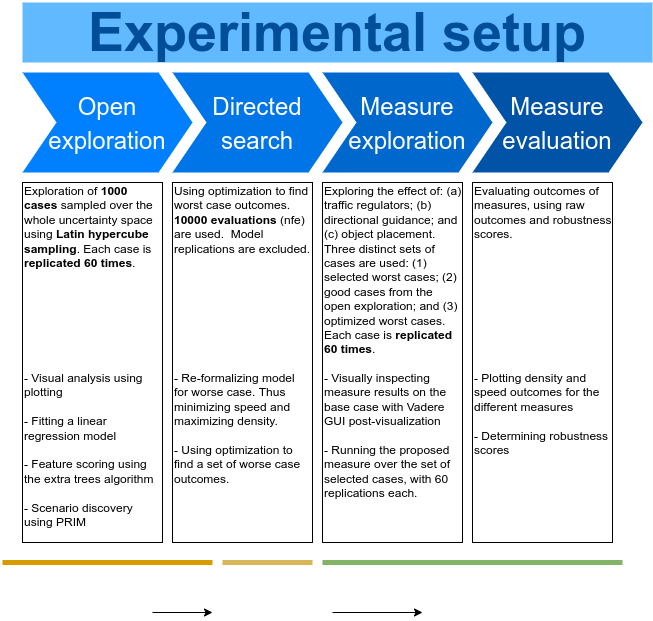
floristevito/CrowdSim keeps this draw.io diagram as figures/Experimental_Design.png. Above is the earlier version. Source tidied: cells renumbered, new cells last; positions are measured from the earlier drawing's top-left corner, leaving out a move shared by most shapes.
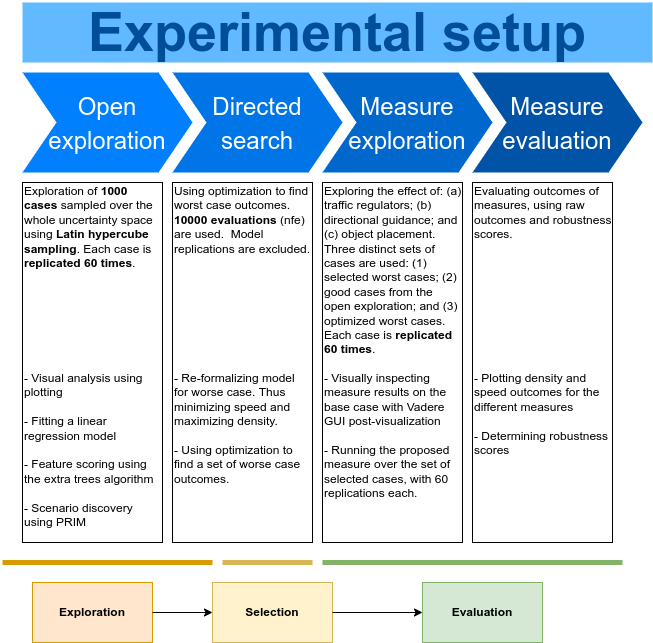
The same diagram one commit later.

Diff of the diagram source:
```diff
@@ -29,35 +29,38 @@
     <mxCell id="10" value="Evaluating outcomes of measures, using raw outcomes and robustness scores.&lt;br&gt;&lt;br&gt;&lt;br&gt;&lt;br&gt;&lt;br&gt;&lt;br&gt;&lt;br&gt;&lt;br&gt;&lt;br&gt;&lt;br&gt;&lt;span&gt;- Plotting density and speed outcomes for the different measures&lt;br&gt;&lt;/span&gt;&lt;span&gt;&lt;br&gt;- Determining robustness scores&lt;/span&gt;&lt;span&gt;&lt;br&gt;&lt;/span&gt;" style="text;spacingTop=-5;fillColor=#ffffff;whiteSpace=wrap;html=1;align=left;fontSize=12;fontFamily=Helvetica;fillColor=none;strokeColor=default;" parent="1" vertex="1">
       <mxGeometry x="470" y="180" width="140" height="360" as="geometry" />
     </mxCell>
-    <mxCell id="11" style="endArrow=none;html=1;rounded=0;fillColor=#ffe6cc;strokeColor=#d79b00;strokeWidth=5;" parent="1" edge="1">
-      <mxGeometry relative="1" as="geometry">
-        <mxPoint y="560" as="sourcePoint" />
-        <mxPoint x="210" y="560" as="targetPoint" />
-      </mxGeometry>
+    <mxCell id="11" value="&lt;b&gt;Exploration&lt;/b&gt;" style="rounded=0;whiteSpace=wrap;html=1;fillColor=#ffe6cc;strokeColor=#d79b00;" parent="1" vertex="1">
+      <mxGeometry x="30" y="580" width="120" height="60" as="geometry" />
     </mxCell>
-    <mxCell id="12" style="endArrow=none;html=1;rounded=0;fillColor=#fff2cc;strokeColor=#d6b656;strokeWidth=5;" parent="1" edge="1">
-      <mxGeometry relative="1" as="geometry">
-        <mxPoint x="220" y="560" as="sourcePoint" />
-        <mxPoint x="310" y="560" as="targetPoint" />
-      </mxGeometry>
+    <mxCell id="12" value="&lt;b&gt;Selection&lt;/b&gt;" style="rounded=0;whiteSpace=wrap;html=1;fillColor=#fff2cc;strokeColor=#d6b656;" parent="1" vertex="1">
+      <mxGeometry x="210" y="580" width="120" height="60" as="geometry" />
     </mxCell>
-    <mxCell id="13" style="endArrow=none;html=1;rounded=0;fillColor=#d5e8d4;strokeColor=#82b366;strokeWidth=5;" parent="1" edge="1">
-      <mxGeometry relative="1" as="geometry">
-        <mxPoint x="320" y="560" as="sourcePoint" />
-        <mxPoint x="620" y="560" as="targetPoint" />
-      </mxGeometry>
+    <mxCell id="13" value="&lt;b&gt;Evaluation&lt;/b&gt;" style="rounded=0;whiteSpace=wrap;html=1;fillColor=#d5e8d4;strokeColor=#82b366;" parent="1" vertex="1">
+      <mxGeometry x="420" y="580" width="120" height="60" as="geometry" />
     </mxCell>
-    <mxCell id="14" style="edgeStyle=orthogonalEdgeStyle;rounded=0;orthogonalLoop=1;jettySize=auto;html=1;exitX=1;exitY=0.5;exitDx=0;exitDy=0;entryX=0;entryY=0.5;entryDx=0;entryDy=0;" parent="1" edge="1">
+    <mxCell id="14" style="endArrow=none;html=1;rounded=0;fillColor=#ffe6cc;strokeColor=#d79b00;strokeWidth=5;" parent="1" edge="1">
       <mxGeometry relative="1" as="geometry">
-        <mxPoint x="150" y="610" as="sourcePoint" />
-        <mxPoint x="210" y="610" as="targetPoint" />
+        <mxPoint y="560" as="sourcePoint" />
+        <mxPoint x="210" y="560" as="targetPoint" />
       </mxGeometry>
     </mxCell>
-    <mxCell id="15" style="edgeStyle=orthogonalEdgeStyle;rounded=0;orthogonalLoop=1;jettySize=auto;html=1;exitX=1;exitY=0.5;exitDx=0;exitDy=0;entryX=0;entryY=0.5;entryDx=0;entryDy=0;" parent="1" edge="1">
+    <mxCell id="15" style="endArrow=none;html=1;rounded=0;fillColor=#fff2cc;strokeColor=#d6b656;strokeWidth=5;" parent="1" edge="1">
       <mxGeometry relative="1" as="geometry">
-        <mxPoint x="330" y="610" as="sourcePoint" />
-        <mxPoint x="420" y="610" as="targetPoint" />
+        <mxPoint x="220" y="560" as="sourcePoint" />
+        <mxPoint x="310" y="560" as="targetPoint" />
       </mxGeometry>
     </mxCell>
+    <mxCell id="16" style="endArrow=none;html=1;rounded=0;fillColor=#d5e8d4;strokeColor=#82b366;strokeWidth=5;" parent="1" edge="1">
+      <mxGeometry relative="1" as="geometry">
+        <mxPoint x="320" y="560" as="sourcePoint" />
+        <mxPoint x="620" y="560" as="targetPoint" />
+      </mxGeometry>
+    </mxCell>
+    <mxCell id="17" style="edgeStyle=orthogonalEdgeStyle;rounded=0;jettySize=auto;html=1;exitX=1;exitY=0.5;exitDx=0;exitDy=0;entryX=0;entryY=0.5;entryDx=0;entryDy=0;" parent="1" edge="1" source="11" target="12">
+      <mxGeometry relative="1" as="geometry" />
+    </mxCell>
+    <mxCell id="18" style="edgeStyle=orthogonalEdgeStyle;rounded=0;jettySize=auto;html=1;exitX=1;exitY=0.5;exitDx=0;exitDy=0;entryX=0;entryY=0.5;entryDx=0;entryDy=0;" parent="1" edge="1" source="12" target="13">
+      <mxGeometry relative="1" as="geometry" />
+    </mxCell>
   </root>
 </mxGraphModel>
```
